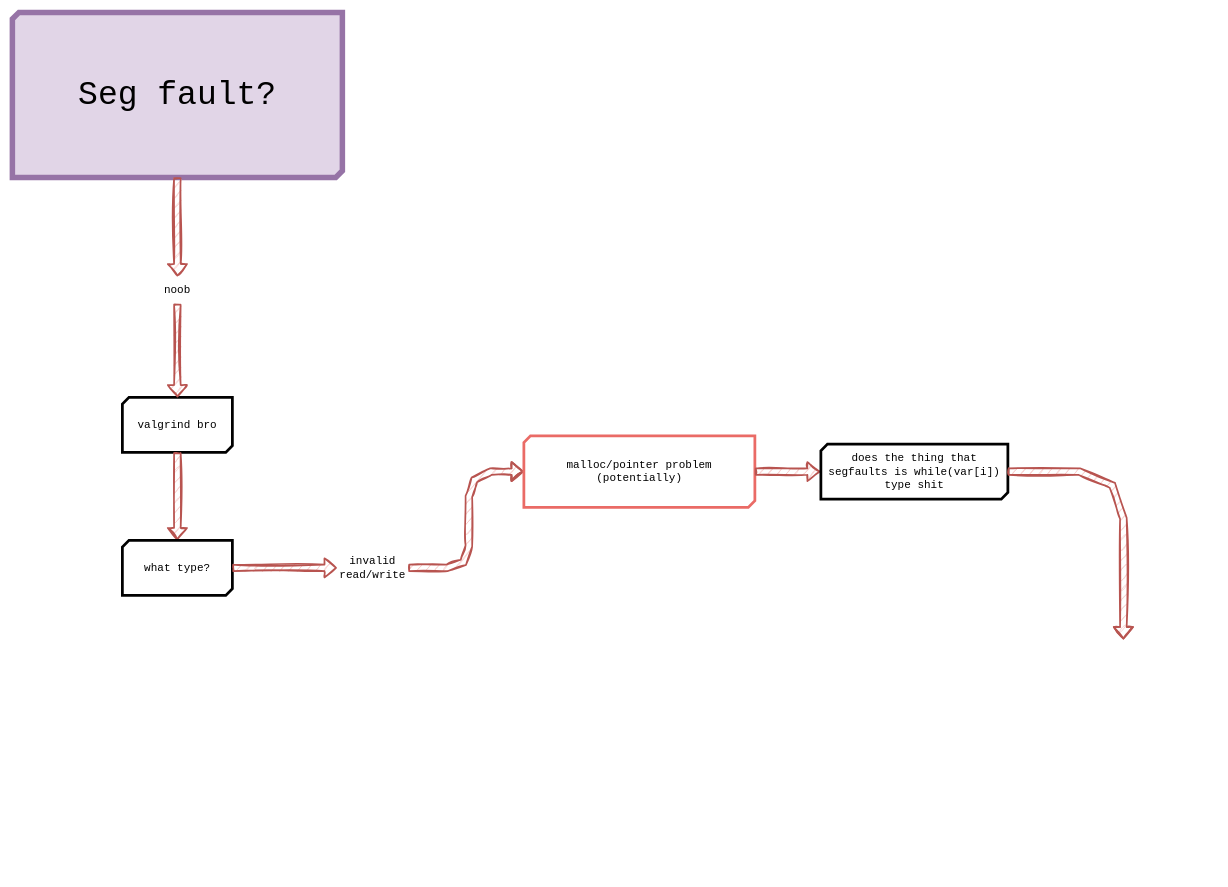
Above: Untitled Diagram.drawio in SatNavvv/sigsevguide (draw.io), before the change. Source tidied: cells renumbered, new cells numbered last; positions are measured from the earlier drawing's top-left corner, leaving out a move shared by most shapes. Both pictures are drawn from the tidied source at 55%, with x=0, y=0 at pixel (12, 12).
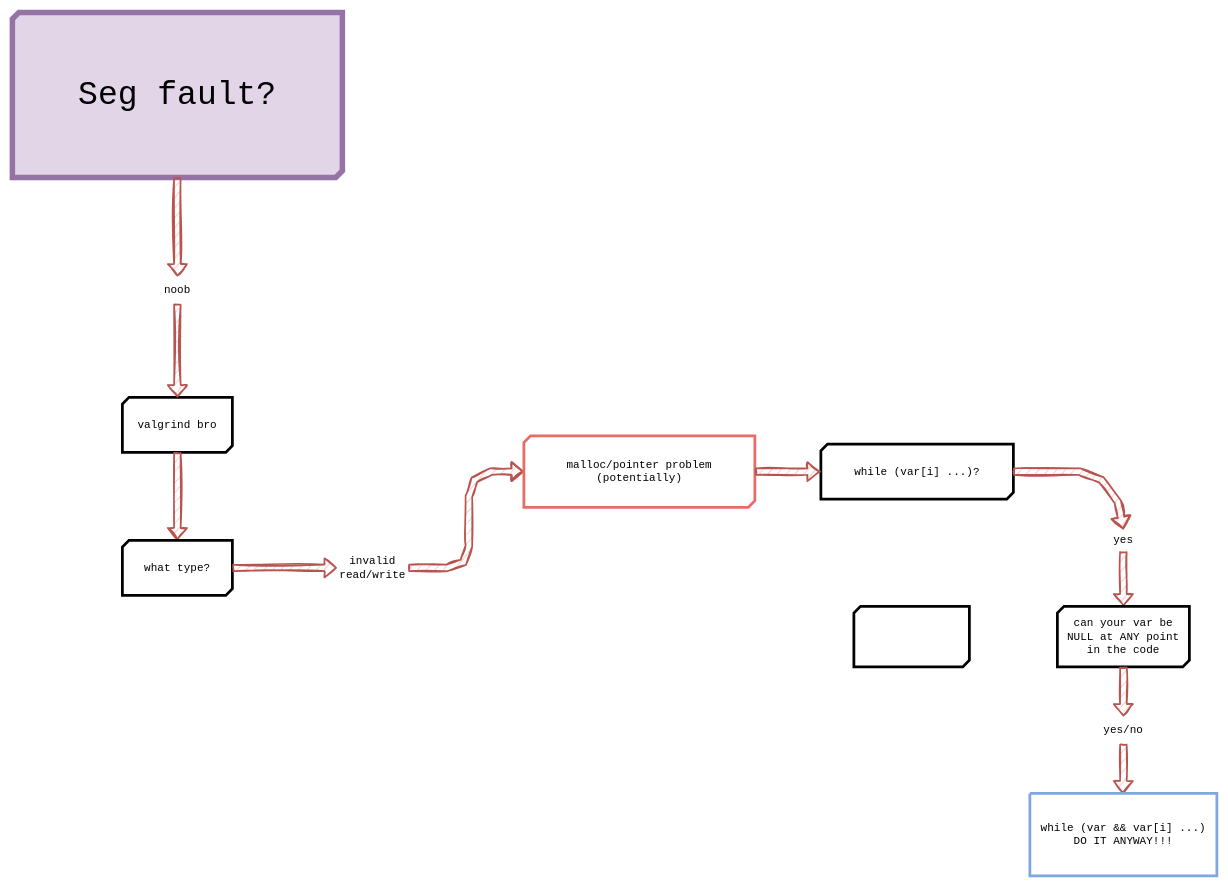
Above is the later version.

What changed in the source:
```diff
@@
+    <mxCell id="21" style="verticalLabelPosition=bottom;verticalAlign=top;html=1;shape=mxgraph.basic.diag_snip_rect;dx=6;whiteSpace=wrap;rounded=0;align=center;fontFamily=Helvetica;fontSize=12;fontColor=default;fillColor=default;gradientColor=none;strokeWidth=5;" parent="1" vertex="1">
+      <mxGeometry x="1470" y="785" width="350" height="100" as="geometry" />
+    </mxCell>
+    <mxCell id="22" value="&lt;font style=&quot;font-size: 20px;&quot; face=&quot;Courier New&quot;&gt;while (var[i] ...)?&lt;/font&gt;" style="text;html=1;align=center;verticalAlign=middle;whiteSpace=wrap;rounded=0;fontFamily=Helvetica;fontSize=12;fontColor=default;" parent="1" vertex="1">
+      <mxGeometry x="1470" y="770" width="350" height="130" as="geometry" />
+    </mxCell>
@@
-    <mxCell id="21" style="verticalLabelPosition=bottom;verticalAlign=top;html=1;shape=mxgraph.basic.diag_snip_rect;dx=6;whiteSpace=wrap;rounded=0;align=center;fontFamily=Helvetica;fontSize=12;fontColor=default;fillColor=default;gradientColor=none;strokeWidth=5;" parent="1" vertex="1">
-      <mxGeometry x="1470" y="785" width="340" height="100" as="geometry" />
-    </mxCell>
-    <mxCell id="22" value="&lt;font style=&quot;font-size: 20px;&quot; face=&quot;Courier New&quot;&gt;does the thing that segfaults is while(var[i]) type shit&lt;/font&gt;" style="text;html=1;align=center;verticalAlign=middle;whiteSpace=wrap;rounded=0;fontFamily=Helvetica;fontSize=12;fontColor=default;" parent="1" vertex="1">
-      <mxGeometry x="1470" y="785" width="340" height="100" as="geometry" />
-    </mxCell>
-    <mxCell id="23" style="shape=flexArrow;endArrow=classic;html=1;rounded=0;sketch=1;jiggle=2;curveFitting=1;strokeColor=#b85450;strokeWidth=3;align=center;verticalAlign=middle;fontFamily=Helvetica;fontSize=12;fontColor=default;labelBackgroundColor=default;flowAnimation=0;sourcePerimeterSpacing=0;targetPerimeterSpacing=0;fillColor=#f8cecc;exitX=1;exitY=0.5;exitDx=0;exitDy=0;" parent="1" edge="1" source="22">
+    <mxCell id="23" style="shape=flexArrow;endArrow=classic;html=1;rounded=0;sketch=1;jiggle=2;curveFitting=1;strokeColor=#b85450;strokeWidth=3;align=center;verticalAlign=middle;fontFamily=Helvetica;fontSize=12;fontColor=default;labelBackgroundColor=default;flowAnimation=0;sourcePerimeterSpacing=0;targetPerimeterSpacing=0;fillColor=#f8cecc;exitX=1;exitY=0.5;exitDx=0;exitDy=0;entryX=0.5;entryY=0;entryDx=0;entryDy=0;" parent="1" edge="1" source="22" target="24">
       <mxGeometry relative="1" as="geometry">
-        <mxPoint x="2020" y="1140" as="targetPoint" />
         <Array as="points">
           <mxPoint x="1940" y="835" />
-          <mxPoint x="2000" y="860" />
-          <mxPoint x="2020" y="920" />
+          <mxPoint x="1980" y="850" />
+          <mxPoint x="2010" y="890" />
         </Array>
       </mxGeometry>
     </mxCell>
+    <mxCell id="24" value="&lt;font style=&quot;font-size: 20px;&quot; face=&quot;Courier New&quot;&gt;yes&lt;/font&gt;" style="text;html=1;align=center;verticalAlign=middle;whiteSpace=wrap;rounded=0;fontFamily=Helvetica;fontSize=12;fontColor=default;" parent="1" vertex="1">
+      <mxGeometry x="1990" y="940" width="60" height="40" as="geometry" />
+    </mxCell>
+    <mxCell id="25" style="shape=flexArrow;endArrow=classic;html=1;rounded=0;sketch=1;jiggle=2;curveFitting=1;strokeColor=#b85450;strokeWidth=3;align=center;verticalAlign=middle;fontFamily=Helvetica;fontSize=12;fontColor=default;labelBackgroundColor=default;flowAnimation=0;sourcePerimeterSpacing=0;targetPerimeterSpacing=0;fillColor=#f8cecc;exitX=0.5;exitY=1;exitDx=0;exitDy=0;entryX=0.5;entryY=0;entryDx=0;entryDy=0;entryPerimeter=0;" parent="1" edge="1" source="24" target="26">
+      <mxGeometry relative="1" as="geometry" />
+    </mxCell>
+    <mxCell id="26" value="&amp;nbsp;" style="verticalLabelPosition=bottom;verticalAlign=top;html=1;shape=mxgraph.basic.diag_snip_rect;dx=6;whiteSpace=wrap;rounded=0;align=center;fontFamily=Helvetica;fontSize=12;fontColor=default;fillColor=default;gradientColor=none;strokeWidth=5;" parent="1" vertex="1">
+      <mxGeometry x="1900" y="1080" width="240" height="110" as="geometry" />
+    </mxCell>
+    <mxCell id="27" value="&lt;font style=&quot;font-size: 20px;&quot; face=&quot;Courier New&quot;&gt;can your var be NULL at ANY point in the code&lt;/font&gt;" style="text;html=1;align=center;verticalAlign=middle;whiteSpace=wrap;rounded=0;fontFamily=Helvetica;fontSize=12;fontColor=default;" parent="1" vertex="1">
+      <mxGeometry x="1900" y="1080" width="240" height="110" as="geometry" />
+    </mxCell>
+    <mxCell id="28" style="shape=flexArrow;endArrow=classic;html=1;rounded=0;sketch=1;jiggle=2;curveFitting=1;strokeColor=#b85450;strokeWidth=3;align=center;verticalAlign=middle;fontFamily=Helvetica;fontSize=12;fontColor=default;labelBackgroundColor=default;flowAnimation=0;sourcePerimeterSpacing=0;targetPerimeterSpacing=0;fillColor=#f8cecc;exitX=0.5;exitY=1;exitDx=0;exitDy=0;" parent="1" edge="1" source="30">
+      <mxGeometry relative="1" as="geometry">
+        <mxPoint x="2020" y="1420" as="targetPoint" />
+      </mxGeometry>
+    </mxCell>
+    <mxCell id="29" style="shape=flexArrow;endArrow=classic;html=1;rounded=0;sketch=1;jiggle=2;curveFitting=1;strokeColor=#b85450;strokeWidth=3;align=center;verticalAlign=middle;fontFamily=Helvetica;fontSize=12;fontColor=default;labelBackgroundColor=default;flowAnimation=0;sourcePerimeterSpacing=0;targetPerimeterSpacing=0;fillColor=#f8cecc;exitX=0.5;exitY=1;exitDx=0;exitDy=0;" parent="1" edge="1" source="27" target="30">
+      <mxGeometry relative="1" as="geometry" />
+    </mxCell>
+    <mxCell id="30" value="&lt;font style=&quot;font-size: 20px;&quot; face=&quot;Courier New&quot;&gt;yes/no&lt;/font&gt;" style="text;html=1;align=center;verticalAlign=middle;whiteSpace=wrap;rounded=0;fontFamily=Helvetica;fontSize=12;fontColor=default;" parent="1" vertex="1">
+      <mxGeometry x="1980" y="1280" width="80" height="50" as="geometry" />
+    </mxCell>
+    <mxCell id="31" style="verticalLabelPosition=bottom;verticalAlign=middle;html=1;shape=mxgraph.basic.patternFillRect;fillStyle=solid;step=5;fillStrokeWidth=0.2;fillStrokeColor=#dddddd;rounded=0;align=center;fontFamily=Helvetica;fontSize=12;strokeWidth=5;labelBackgroundColor=default;gradientColor=none;strokeColor=#7EA6E0;" parent="1" vertex="1">
+      <mxGeometry x="1850" y="1420" width="340" height="150" as="geometry" />
+    </mxCell>
+    <mxCell id="32" value="&lt;div&gt;&lt;font face=&quot;Courier New&quot; style=&quot;font-size: 20px;&quot;&gt;while (var &amp;amp;&amp;amp; var[i] ...)&lt;/font&gt;&lt;/div&gt;&lt;div&gt;&lt;font face=&quot;Courier New&quot; style=&quot;font-size: 20px;&quot;&gt;DO IT ANYWAY!!!&lt;br&gt;&lt;/font&gt;&lt;/div&gt;" style="text;html=1;align=center;verticalAlign=middle;whiteSpace=wrap;rounded=0;fontFamily=Helvetica;fontSize=12;fontColor=default;" parent="1" vertex="1">
+      <mxGeometry x="1860" y="1420" width="320" height="150" as="geometry" />
+    </mxCell>
+    <mxCell id="33" value="&amp;nbsp;" style="text;whiteSpace=wrap;html=1;fontFamily=Helvetica;fontSize=12;fontColor=default;" parent="1" vertex="1">
+      <mxGeometry x="1650" y="750" width="40" height="40" as="geometry" />
+    </mxCell>
+    <mxCell id="34" value="&amp;nbsp;" style="text;whiteSpace=wrap;html=1;fontFamily=Helvetica;fontSize=12;fontColor=default;" parent="1" vertex="1">
+      <mxGeometry x="1180" y="290" width="40" height="40" as="geometry" />
+    </mxCell>
+    <mxCell id="35" style="verticalLabelPosition=bottom;verticalAlign=top;html=1;shape=mxgraph.basic.diag_snip_rect;dx=6;whiteSpace=wrap;rounded=0;align=center;fontFamily=Helvetica;fontSize=12;fontColor=default;fillColor=default;gradientColor=none;strokeWidth=5;" parent="1" vertex="1">
+      <mxGeometry x="1530" y="1080" width="210" height="110" as="geometry" />
+    </mxCell>
+    <mxCell id="36" value="&amp;nbsp;" style="text;whiteSpace=wrap;html=1;fontFamily=Helvetica;fontSize=12;fontColor=default;" parent="1" vertex="1">
+      <mxGeometry x="1800" y="850" width="40" height="40" as="geometry" />
+    </mxCell>
```
